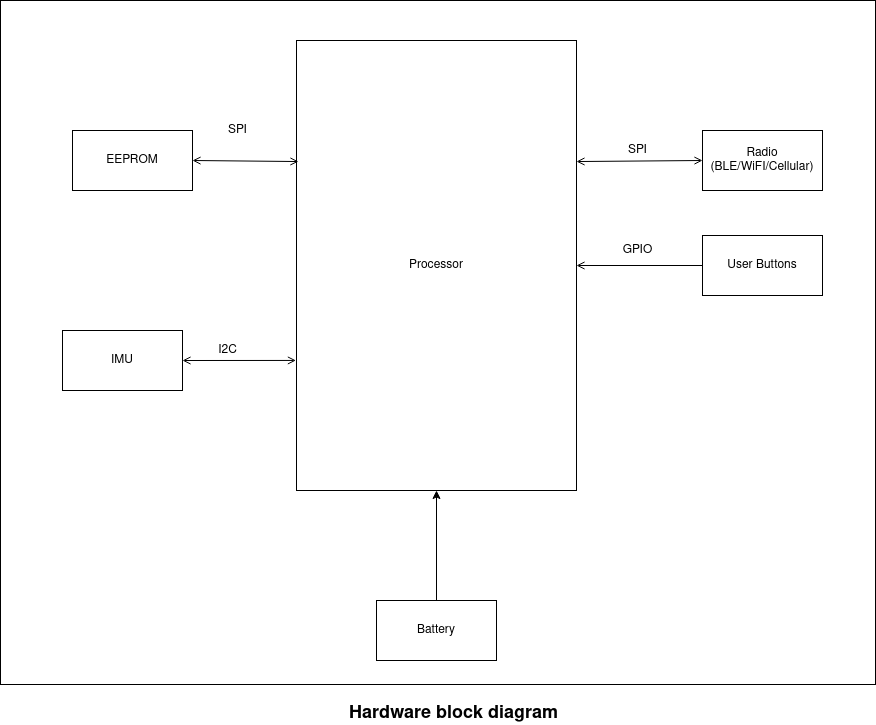
Davidadebiyi/Making-Embedded-Systems-Course keeps this draw.io diagram as assignments/week-1/images/hardware block diagram.drawio.png. Above is the earlier version. Source tidied: cells renumbered, new cells last; positions are measured from the earlier drawing's top-left corner, leaving out a move shared by most shapes.
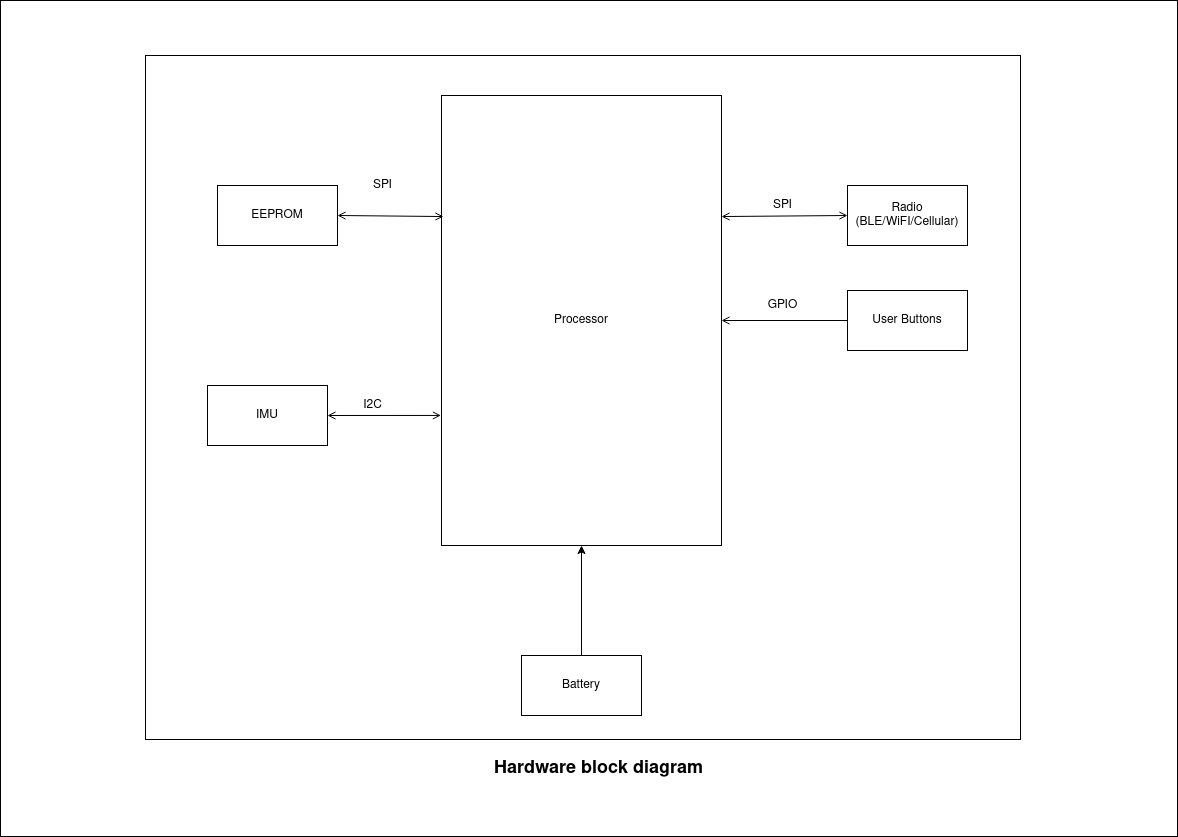
The same diagram one commit later.

Diff of the diagram source:
```diff
@@ -2,6 +2,9 @@
   <root>
     <mxCell id="0" />
     <mxCell id="1" parent="0" />
+    <mxCell id="19" style="rounded=0;whiteSpace=wrap;html=1;" parent="1" vertex="1">
+      <mxGeometry x="-145" y="-55" width="1177" height="836" as="geometry" />
+    </mxCell>
     <mxCell id="2" style="rounded=0;whiteSpace=wrap;html=1;" parent="1" vertex="1">
       <mxGeometry width="875" height="684" as="geometry" />
     </mxCell>
```
